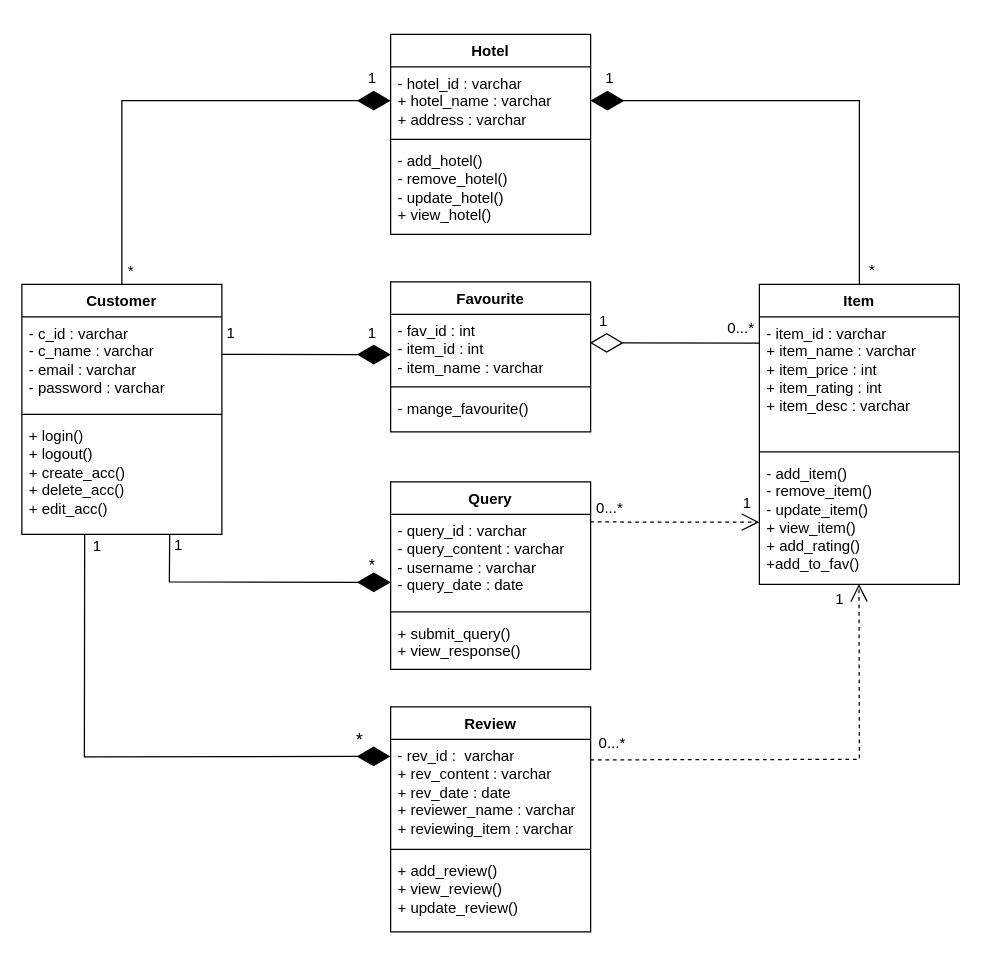
This is docs/FINAL DOCUMENTATION/UML DIAGRAMS/Class/Class Diagram.drawio from darshan-dinesh-mp/eatables, a draw.io file, before an edit. Source tidied: cells renumbered, new cells numbered last; positions are measured from the earlier drawing's top-left corner, leaving out a move shared by most shapes. Both pictures are drawn from the tidied source at 125%, with x=0, y=0 at pixel (21, 34).
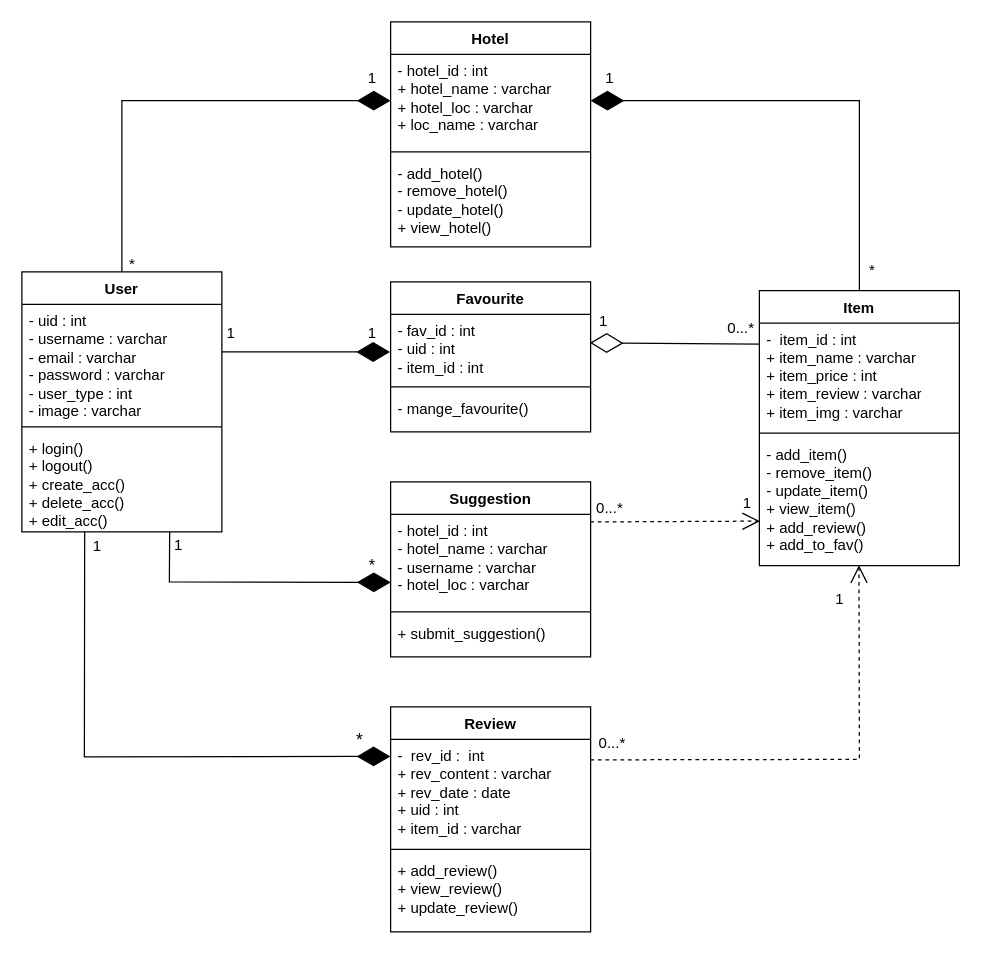
The same diagram, later.

Unchanged cells that the change refers to:
```xml
<mxCell id="10" value="Favourite" style="swimlane;fontStyle=1;align=center;verticalAlign=top;horizontal=1;startSize=26;whiteSpace=wrap;html=1;" parent="1" vertex="1">
  <mxGeometry x="295" y="198" width="160" height="120" as="geometry" />
</mxCell>
<mxCell id="22" value="Review" style="swimlane;fontStyle=1;align=center;verticalAlign=top;horizontal=1;startSize=26;whiteSpace=wrap;html=1;" parent="1" vertex="1">
  <mxGeometry x="295" y="538" width="160" height="180" as="geometry" />
</mxCell>
<mxCell id="37" value="1" style="text;html=1;align=center;verticalAlign=middle;points=[];strokeColor=none;fillColor=none;" parent="1" vertex="1">
  <mxGeometry x="265" y="224" width="30" height="30" as="geometry" />
</mxCell>
```

Diff of the diagram source:
```diff
@@
-    <mxCell id="2" value="Query" style="swimlane;fontStyle=1;align=center;verticalAlign=top;horizontal=1;startSize=26;whiteSpace=wrap;html=1;" parent="1" vertex="1">
-      <mxGeometry x="295" y="358" width="160" height="150" as="geometry" />
+    <mxCell id="2" value="Suggestion" style="swimlane;fontStyle=1;align=center;verticalAlign=top;horizontal=1;startSize=26;whiteSpace=wrap;html=1;" parent="1" vertex="1">
+      <mxGeometry x="295" y="358" width="160" height="140" as="geometry" />
     </mxCell>
-    <mxCell id="3" value="- query_id : varchar&lt;br&gt;- query_content : varchar&lt;br&gt;- username : varchar&lt;br&gt;- query_date : date" style="text;strokeColor=none;fillColor=none;align=left;verticalAlign=top;spacingLeft=4;spacingRight=4;overflow=hidden;points=[[0,0.5],[1,0.5]];portConstraint=eastwest;whiteSpace=wrap;html=1;" parent="2" vertex="1">
+    <mxCell id="3" value="- hotel_id : int&lt;br&gt;- hotel_name : varchar&lt;br&gt;- username : varchar&lt;br&gt;- hotel_loc : varchar&lt;span style=&quot;white-space: pre;&quot;&gt; &lt;/span&gt;" style="text;strokeColor=none;fillColor=none;align=left;verticalAlign=top;spacingLeft=4;spacingRight=4;overflow=hidden;points=[[0,0.5],[1,0.5]];portConstraint=eastwest;whiteSpace=wrap;html=1;" parent="2" vertex="1">
       <mxGeometry y="26" width="160" height="74" as="geometry" />
     </mxCell>
@@
-    <mxCell id="5" value="+ submit_query()&lt;br&gt;+ view_response()" style="text;strokeColor=none;fillColor=none;align=left;verticalAlign=top;spacingLeft=4;spacingRight=4;overflow=hidden;whiteSpace=wrap;html=1;" parent="2" vertex="1">
-      <mxGeometry y="108" width="160" height="42" as="geometry" />
+    <mxCell id="5" value="+ submit_suggestion()" style="text;strokeColor=none;fillColor=none;align=left;verticalAlign=top;spacingLeft=4;spacingRight=4;overflow=hidden;whiteSpace=wrap;html=1;" parent="2" vertex="1">
+      <mxGeometry y="108" width="160" height="32" as="geometry" />
     </mxCell>
-    <mxCell id="6" value="Customer" style="swimlane;fontStyle=1;align=center;verticalAlign=top;horizontal=1;startSize=26;whiteSpace=wrap;html=1;" parent="1" vertex="1">
-      <mxGeometry y="200" width="160" height="200" as="geometry" />
+    <mxCell id="6" value="User" style="swimlane;fontStyle=1;align=center;verticalAlign=top;horizontal=1;startSize=26;whiteSpace=wrap;html=1;" parent="1" vertex="1">
+      <mxGeometry y="190" width="160" height="208" as="geometry" />
     </mxCell>
-    <mxCell id="7" value="- c_id : varchar&lt;br&gt;- c_name : varchar&lt;br&gt;- email : varchar&lt;br&gt;- password : varchar" style="text;strokeColor=none;fillColor=none;align=left;verticalAlign=top;spacingLeft=4;spacingRight=4;overflow=hidden;points=[[0,0.5],[1,0.5]];portConstraint=eastwest;whiteSpace=wrap;html=1;" parent="6" vertex="1">
-      <mxGeometry y="26" width="160" height="74" as="geometry" />
+    <mxCell id="7" value="- uid : int&lt;br&gt;- username : varchar&lt;br&gt;- email : varchar&lt;br&gt;- password : varchar&lt;br&gt;- user_type : int&lt;br&gt;- image : varchar" style="text;strokeColor=none;fillColor=none;align=left;verticalAlign=top;spacingLeft=4;spacingRight=4;overflow=hidden;points=[[0,0.5],[1,0.5]];portConstraint=eastwest;whiteSpace=wrap;html=1;" parent="6" vertex="1">
+      <mxGeometry y="26" width="160" height="94" as="geometry" />
     </mxCell>
     <mxCell id="8" style="line;strokeWidth=1;fillColor=none;align=left;verticalAlign=middle;spacingTop=-1;spacingLeft=3;spacingRight=3;labelPosition=right;strokeColor=inherit;" parent="6" vertex="1">
-      <mxGeometry y="100" width="160" height="8" as="geometry" />
+      <mxGeometry y="120" width="160" height="8" as="geometry" />
     </mxCell>
     <mxCell id="9" value="+ login()&lt;br&gt;+ logout()&lt;br&gt;+ create_acc()&lt;br&gt;+ delete_acc()&lt;br&gt;+ edit_acc()" style="text;strokeColor=none;fillColor=none;align=left;verticalAlign=top;spacingLeft=4;spacingRight=4;overflow=hidden;points=[[0,0.5],[1,0.5]];portConstraint=eastwest;whiteSpace=wrap;html=1;" parent="6" vertex="1">
-      <mxGeometry y="108" width="160" height="92" as="geometry" />
+      <mxGeometry y="128" width="160" height="80" as="geometry" />
     </mxCell>
@@
-    <mxCell id="11" value="- fav_id : int&lt;br&gt;- item_id : int&lt;br&gt;- item_name : varchar" style="text;strokeColor=none;fillColor=none;align=left;verticalAlign=top;spacingLeft=4;spacingRight=4;overflow=hidden;points=[[0,0.5],[1,0.5]];portConstraint=eastwest;whiteSpace=wrap;html=1;" parent="10" vertex="1">
+    <mxCell id="11" value="- fav_id : int&lt;br&gt;- uid : int&lt;br&gt;- item_id : int" style="text;strokeColor=none;fillColor=none;align=left;verticalAlign=top;spacingLeft=4;spacingRight=4;overflow=hidden;points=[[0,0.5],[1,0.5]];portConstraint=eastwest;whiteSpace=wrap;html=1;" parent="10" vertex="1">
       <mxGeometry y="26" width="160" height="54" as="geometry" />
     </mxCell>
@@
     <mxCell id="14" value="Hotel" style="swimlane;fontStyle=1;align=center;verticalAlign=top;horizontal=1;startSize=26;whiteSpace=wrap;html=1;" parent="1" vertex="1">
-      <mxGeometry x="295" width="160" height="160" as="geometry" />
+      <mxGeometry x="295" y="-10" width="160" height="180" as="geometry" />
     </mxCell>
-    <mxCell id="15" value="- hotel_id : varchar&lt;br&gt;+ hotel_name : varchar&lt;br&gt;+ address : varchar" style="text;strokeColor=none;fillColor=none;align=left;verticalAlign=top;spacingLeft=4;spacingRight=4;overflow=hidden;points=[[0,0.5],[1,0.5]];portConstraint=eastwest;whiteSpace=wrap;html=1;" parent="14" vertex="1">
-      <mxGeometry y="26" width="160" height="54" as="geometry" />
+    <mxCell id="15" value="- hotel_id : int&lt;br&gt;+ hotel_name : varchar&lt;br&gt;+ hotel_loc : varchar&lt;br&gt;+ loc_name : varchar" style="text;strokeColor=none;fillColor=none;align=left;verticalAlign=top;spacingLeft=4;spacingRight=4;overflow=hidden;points=[[0,0.5],[1,0.5]];portConstraint=eastwest;whiteSpace=wrap;html=1;" parent="14" vertex="1">
+      <mxGeometry y="26" width="160" height="74" as="geometry" />
     </mxCell>
     <mxCell id="16" style="line;strokeWidth=1;fillColor=none;align=left;verticalAlign=middle;spacingTop=-1;spacingLeft=3;spacingRight=3;labelPosition=right;strokeColor=inherit;" parent="14" vertex="1">
-      <mxGeometry y="80" width="160" height="8" as="geometry" />
+      <mxGeometry y="100" width="160" height="8" as="geometry" />
     </mxCell>
     <mxCell id="17" value="- add_hotel()&lt;br&gt;- remove_hotel()&lt;br&gt;- update_hotel()&lt;br&gt;+ view_hotel()" style="text;strokeColor=none;fillColor=none;align=left;verticalAlign=top;spacingLeft=4;spacingRight=4;overflow=hidden;whiteSpace=wrap;html=1;" parent="14" vertex="1">
-      <mxGeometry y="88" width="160" height="72" as="geometry" />
+      <mxGeometry y="108" width="160" height="72" as="geometry" />
     </mxCell>
     <mxCell id="18" value="Item" style="swimlane;fontStyle=1;align=center;verticalAlign=top;horizontal=1;startSize=26;whiteSpace=wrap;html=1;" parent="1" vertex="1">
-      <mxGeometry x="590" y="200" width="160" height="240" as="geometry" />
+      <mxGeometry x="590" y="205" width="160" height="220" as="geometry" />
     </mxCell>
-    <mxCell id="19" value="- item_id : varchar&lt;br&gt;+ item_name : varchar&lt;br&gt;+ item_price : int&lt;br&gt;+ item_rating : int&lt;br&gt;+ item_desc : varchar" style="text;strokeColor=none;fillColor=none;align=left;verticalAlign=top;spacingLeft=4;spacingRight=4;overflow=hidden;points=[[0,0.5],[1,0.5]];portConstraint=eastwest;whiteSpace=wrap;html=1;" parent="18" vertex="1">
-      <mxGeometry y="26" width="160" height="104" as="geometry" />
+    <mxCell id="19" value="-&amp;nbsp; item_id : int&lt;br&gt;+ item_name : varchar&lt;br&gt;+ item_price : int&lt;br&gt;+ item_review : varchar&lt;br&gt;+ item_img : varchar" style="text;strokeColor=none;fillColor=none;align=left;verticalAlign=top;spacingLeft=4;spacingRight=4;overflow=hidden;points=[[0,0.5],[1,0.5]];portConstraint=eastwest;whiteSpace=wrap;html=1;" parent="18" vertex="1">
+      <mxGeometry y="26" width="160" height="84" as="geometry" />
     </mxCell>
     <mxCell id="20" style="line;strokeWidth=1;fillColor=none;align=left;verticalAlign=middle;spacingTop=-1;spacingLeft=3;spacingRight=3;labelPosition=right;strokeColor=inherit;" parent="18" vertex="1">
-      <mxGeometry y="130" width="160" height="8" as="geometry" />
+      <mxGeometry y="110" width="160" height="8" as="geometry" />
     </mxCell>
-    <mxCell id="21" value="- add_item()&lt;br&gt;- remove_item()&lt;br&gt;- update_item()&lt;br&gt;+ view_item()&lt;br&gt;+ add_rating()&lt;br&gt;+add_to_fav()" style="text;strokeColor=none;fillColor=none;align=left;verticalAlign=top;spacingLeft=4;spacingRight=4;overflow=hidden;points=[[0,0.5],[1,0.5]];portConstraint=eastwest;whiteSpace=wrap;html=1;" parent="18" vertex="1">
-      <mxGeometry y="138" width="160" height="102" as="geometry" />
+    <mxCell id="21" value="- add_item()&lt;br&gt;- remove_item()&lt;br&gt;- update_item()&lt;br&gt;+ view_item()&lt;br&gt;+ add_review()&lt;br&gt;+ add_to_fav()" style="text;strokeColor=none;fillColor=none;align=left;verticalAlign=top;spacingLeft=4;spacingRight=4;overflow=hidden;points=[[0,0.5],[1,0.5]];portConstraint=eastwest;whiteSpace=wrap;html=1;" parent="18" vertex="1">
+      <mxGeometry y="118" width="160" height="102" as="geometry" />
     </mxCell>
@@
-    <mxCell id="23" value="- rev_id :&amp;nbsp; varchar&lt;br&gt;+ rev_content : varchar&lt;br&gt;+ rev_date : date&lt;br&gt;+ reviewer_name : varchar&lt;br&gt;+ reviewing_item : varchar" style="text;strokeColor=none;fillColor=none;align=left;verticalAlign=top;spacingLeft=4;spacingRight=4;overflow=hidden;points=[[0,0.5],[1,0.5]];portConstraint=eastwest;whiteSpace=wrap;html=1;" parent="22" vertex="1">
+    <mxCell id="23" value="-&amp;nbsp; rev_id :&amp;nbsp; int&lt;br&gt;+ rev_content : varchar&lt;br&gt;+ rev_date : date&lt;br&gt;+ uid : int&lt;br&gt;+ item_id : varchar" style="text;strokeColor=none;fillColor=none;align=left;verticalAlign=top;spacingLeft=4;spacingRight=4;overflow=hidden;points=[[0,0.5],[1,0.5]];portConstraint=eastwest;whiteSpace=wrap;html=1;" parent="22" vertex="1">
       <mxGeometry y="26" width="160" height="84" as="geometry" />
     </mxCell>
@@
     <mxCell id="27" value="*" style="text;html=1;align=center;verticalAlign=middle;strokeColor=none;fillColor=none;" parent="1" vertex="1">
-      <mxGeometry x="72" y="175" width="30" height="30" as="geometry" />
+      <mxGeometry x="73" y="169" width="30" height="30" as="geometry" />
     </mxCell>
@@
-    <mxCell id="36" style="endArrow=diamondThin;endFill=1;endSize=24;html=1;rounded=0;exitX=1.001;exitY=0.404;exitDx=0;exitDy=0;exitPerimeter=0;entryX=0;entryY=0.596;entryDx=0;entryDy=0;entryPerimeter=0;" parent="1" edge="1" source="7" target="11">
+    <mxCell id="36" style="endArrow=diamondThin;endFill=1;endSize=24;html=1;rounded=0;exitX=1.001;exitY=0.404;exitDx=0;exitDy=0;exitPerimeter=0;entryX=0.984;entryY=1.004;entryDx=0;entryDy=0;entryPerimeter=0;" parent="1" edge="1" source="7" target="37">
       <mxGeometry relative="1" as="geometry" />
     </mxCell>
@@
-    <mxCell id="44" style="endArrow=open;endFill=1;endSize=12;html=1;rounded=0;exitX=0.998;exitY=0.082;exitDx=0;exitDy=0;exitPerimeter=0;entryX=0;entryY=0.512;entryDx=0;entryDy=0;entryPerimeter=0;dashed=1;" parent="1" edge="1" source="3" target="21">
+    <mxCell id="44" style="endArrow=open;endFill=1;endSize=12;html=1;rounded=0;exitX=0.998;exitY=0.082;exitDx=0;exitDy=0;exitPerimeter=0;entryX=0.003;entryY=0.651;entryDx=0;entryDy=0;entryPerimeter=0;dashed=1;" parent="1" edge="1" source="3" target="21">
       <mxGeometry relative="1" as="geometry" />
     </mxCell>
```
